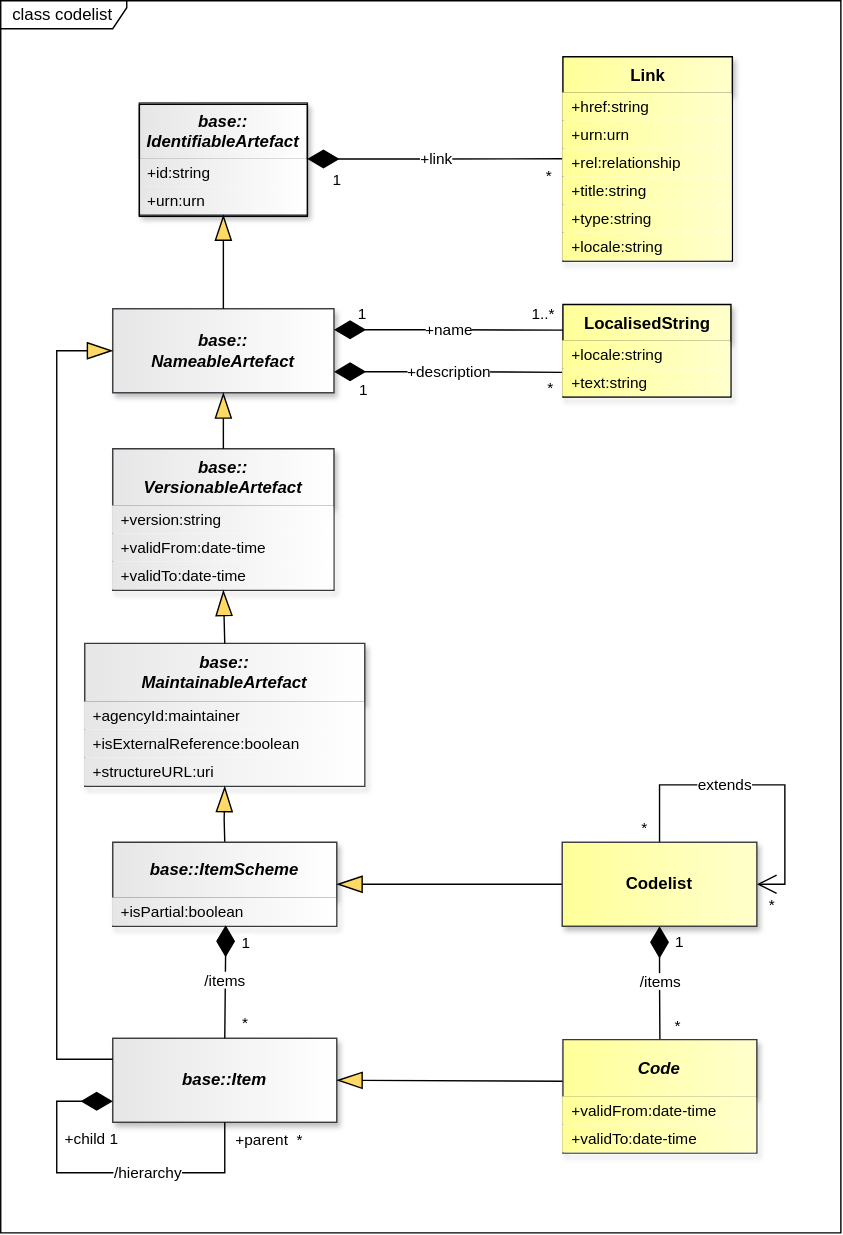
Above: docs/information_model/media/sdmx_codelist-codelist.svg in sdmx-twg/sdmx-im (draw.io), before the change. Source tidied: cells renumbered, new cells last; positions are measured from the earlier drawing's top-left corner, leaving out a move shared by most shapes.
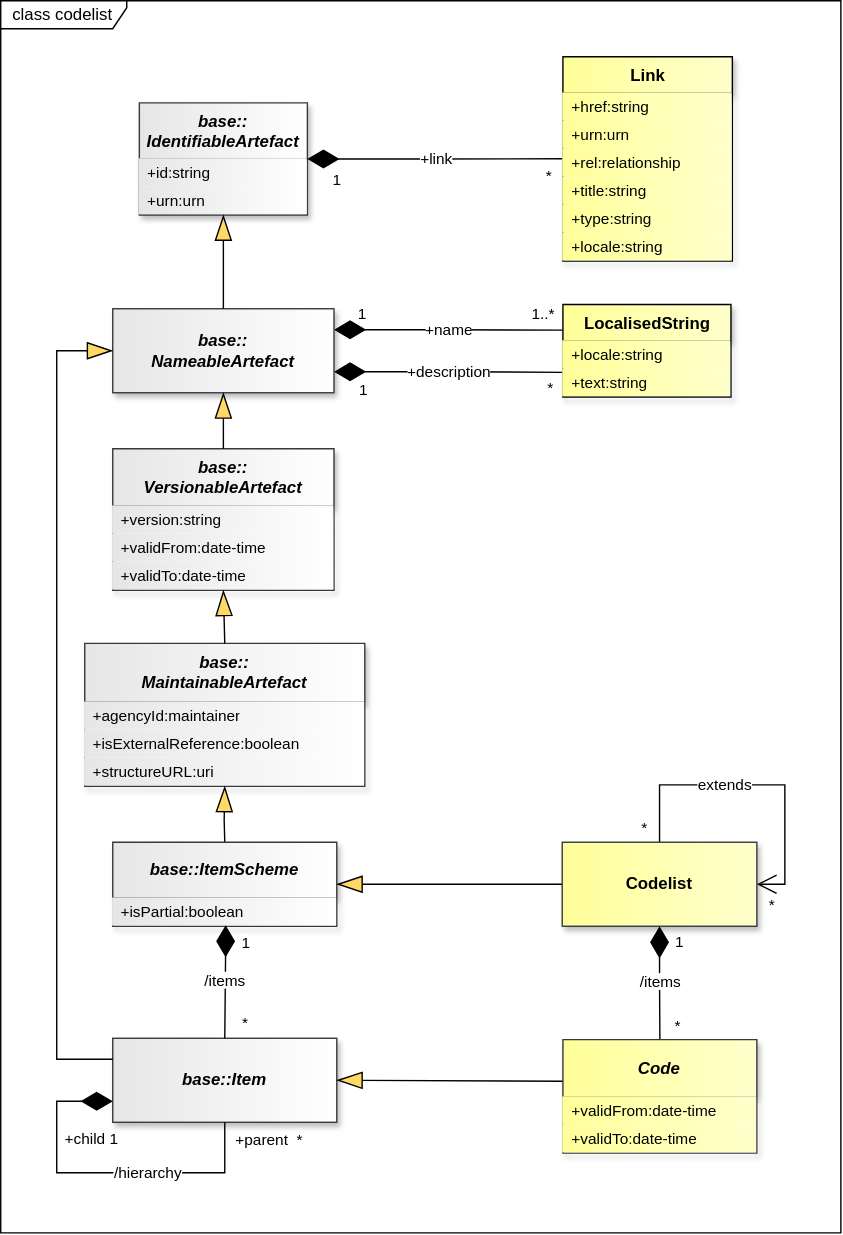
Above is the later version.

What changed in the source:
```diff
@@ -288,7 +288,7 @@
     <mxCell id="79" value="+locale:string" style="text;strokeColor=none;fillColor=light-dark(#FFFF99,#FFFF99);align=left;verticalAlign=middle;spacingLeft=4;spacingRight=4;overflow=hidden;whiteSpace=wrap;html=1;fontSize=11;gradientColor=light-dark(#FFFFCC,#FFFFCC);gradientDirection=east;fontColor=light-dark(#000000,#000000);strokeWidth=0;" parent="73" vertex="1">
       <mxGeometry y="126" width="121" height="20" as="geometry" />
     </mxCell>
-    <mxCell id="80" style="rounded=0;whiteSpace=wrap;html=1;fillColor=none;" parent="1" vertex="1">
+    <mxCell id="80" style="rounded=0;whiteSpace=wrap;html=1;fillColor=none;opacity=0;opacityGroup=1;" parent="1" vertex="1">
       <mxGeometry x="99" y="74" width="120" height="80" as="geometry" />
     </mxCell>
   </root>
```
